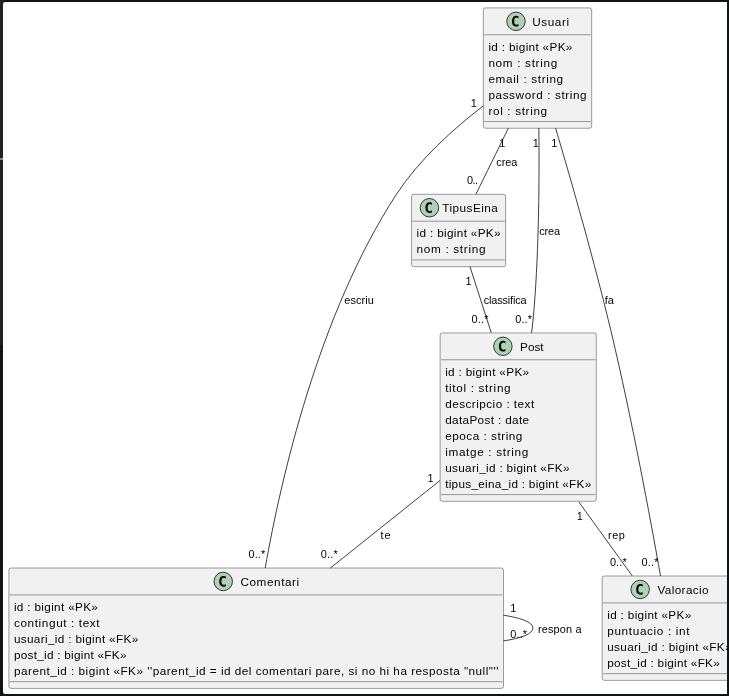
The PlantUML diagram docs/03_model-dades.png in agarcia-icv/projecte-final, before a commit. Its source is kept beside it as docs/03_model-dades.puml.
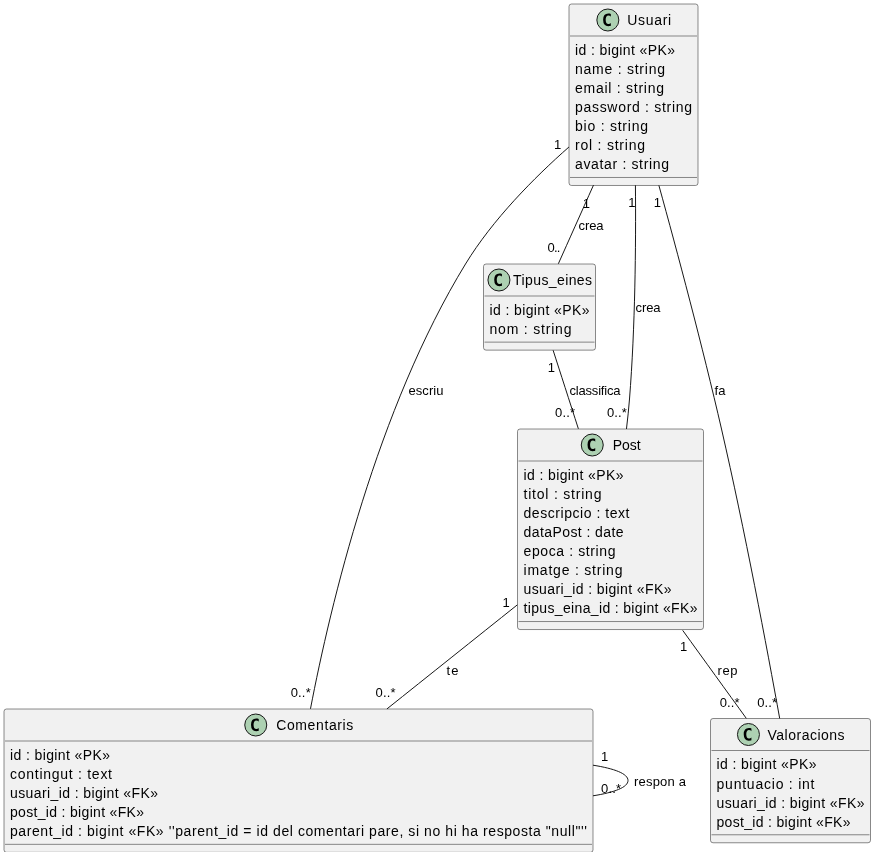
After the change.

The edit, as a diff of the source:
```diff
@@ -2,10 +2,12 @@
 
 class Usuari {
   id : bigint <<PK>>
-  nom : string
+  name : string
   email : string
   password : string
+  bio : string
   rol : string
+  avatar : string
 }
 
 class Post {
@@ -18,7 +20,8 @@
   usuari_id : bigint <<FK>>
   tipus_eina_id : bigint <<FK>>
 }
-class Comentari {
+
+class Comentaris {
   id : bigint <<PK>>
   contingut : text
   usuari_id : bigint <<FK>>
@@ -27,26 +30,26 @@
 }
 
 
-class Valoracio {
+class Valoracions {
   id : bigint <<PK>>
   puntuacio : int
   usuari_id : bigint <<FK>>
   post_id : bigint <<FK>>
 }
 
-class TipusEina {
+class Tipus_eines {
   id : bigint <<PK>>
   nom : string
 }
 
 Usuari "1" -- "0..*" Post : crea
-Usuari "1" -- "0..*" Comentari : escriu
-Usuari "1" -- "0..*" Valoracio : fa
-Usuari "1" -- "0.." TipusEina : crea
-Post "1" -- "0..*" Comentari : te
-Post "1" -- "0..*" Valoracio : rep
-Comentari "1" -- "0..*" Comentari : respon a
+Usuari "1" -- "0..*" Comentaris : escriu
+Usuari "1" -- "0..*" Valoracions : fa
+Usuari "1" -- "0.." Tipus_eines : crea
+Post "1" -- "0..*" Comentaris : te
+Post "1" -- "0..*" Valoracions : rep
+Comentaris "1" -- "0..*" Comentaris : respon a
 
-TipusEina "1" -- "0..*" Post : classifica
+Tipus_eines "1" -- "0..*" Post : classifica
 
 @enduml
```
